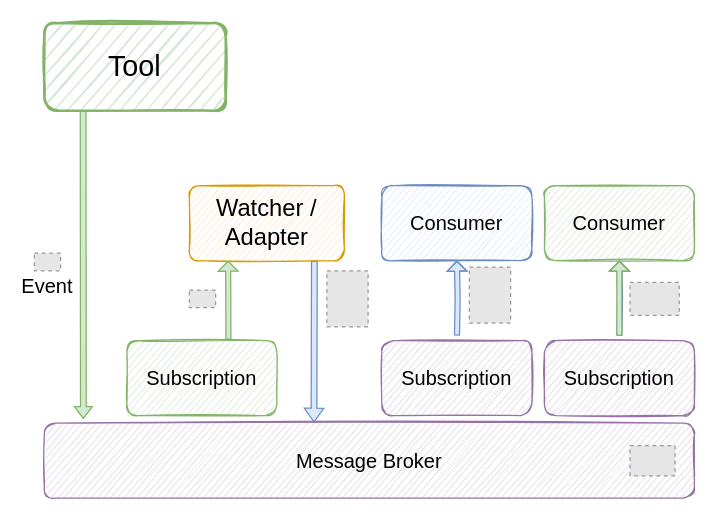
Above: page "Original & Adapter" (4 of 6) of images/cdevents.drawio in cdevents/spec (draw.io), before the change. Source tidied: cells renumbered, new cells numbered last; positions are measured from the earlier drawing's top-left corner, leaving out a move shared by most shapes. Both pictures are drawn from the tidied source at 125%, with x=0, y=0 at pixel (34, 22). Pictures stored in the file or linked from it are replaced by grey dashed boxes.
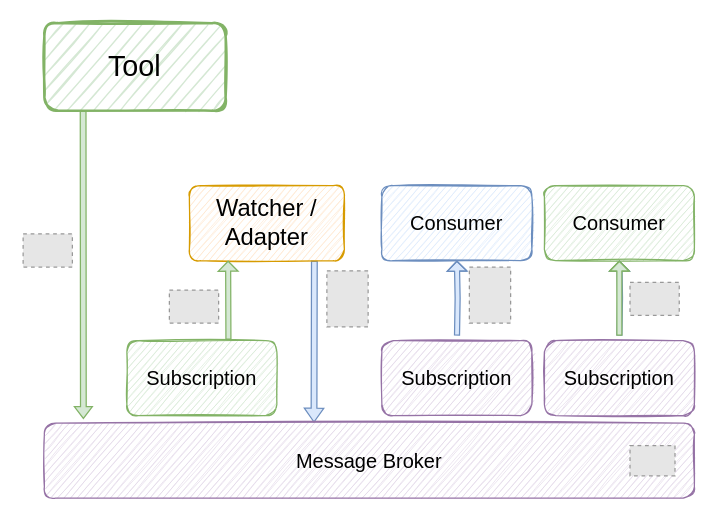
The same diagram, later.

Unchanged cells that the change refers to:
```xml
<mxCell id="7" value="Message Broker" style="rounded=1;whiteSpace=wrap;html=1;sketch=1;fontSize=16;fillColor=#e1d5e7;strokeColor=#9673a6;" parent="1" vertex="1">
  <mxGeometry x="8" y="320" width="520" height="60" as="geometry" />
</mxCell>
```

The edit, as a diff of the source:
```diff
@@
-    <mxCell id="3" value="Event" style="rounded=0;jettySize=auto;html=1;fontSize=16;shape=flexArrow;width=4.571428571428571;endSize=2.8114285714285714;endWidth=8.816326530612246;startArrow=block;fillColor=#d5e8d4;endArrow=none;endFill=0;startWidth=8.816326530612246;startSize=2.8114285714285714;strokeColor=#82b366;exitX=0.06;exitY=-0.055;exitDx=0;exitDy=0;exitPerimeter=0;" parent="1" edge="1" source="7">
+    <mxCell id="3" style="rounded=0;jettySize=auto;html=1;fontSize=16;shape=flexArrow;width=4.571428571428571;endSize=2.8114285714285714;endWidth=8.816326530612246;startArrow=block;fillColor=#d5e8d4;endArrow=none;endFill=0;startWidth=8.816326530612246;startSize=2.8114285714285714;strokeColor=#82b366;exitX=0.06;exitY=-0.055;exitDx=0;exitDy=0;exitPerimeter=0;" parent="1" edge="1" source="7">
       <mxGeometry x="-0.13" y="29" relative="1" as="geometry">
         <mxPoint x="39" y="70" as="targetPoint" />
       </mxGeometry>
     </mxCell>
@@
-    <mxCell id="17" style="fillColor=#E6E6E6;strokeColor=#999999;dashed=1;verticalLabelPosition=bottom;verticalAlign=top;" parent="1" vertex="1">
-      <mxGeometry y="184" width="21" height="14.1" as="geometry" />
-    </mxCell>
@@
-    <mxCell id="20" style="fillColor=#E6E6E6;strokeColor=#999999;dashed=1;verticalLabelPosition=bottom;verticalAlign=top;" parent="1" vertex="1">
-      <mxGeometry x="124" y="213.5" width="21" height="14.1" as="geometry" />
-    </mxCell>
@@
+    <mxCell id="22" style="fillColor=#E6E6E6;strokeColor=#999999;dashed=1;verticalLabelPosition=bottom;verticalAlign=top;" parent="1" vertex="1">
+      <mxGeometry x="-9" y="168.6" width="39.4" height="26.5" as="geometry" />
+    </mxCell>
+    <mxCell id="23" style="fillColor=#E6E6E6;strokeColor=#999999;dashed=1;verticalLabelPosition=bottom;verticalAlign=top;" parent="1" vertex="1">
+      <mxGeometry x="108" y="213.5" width="39.4" height="26.5" as="geometry" />
+    </mxCell>
```
